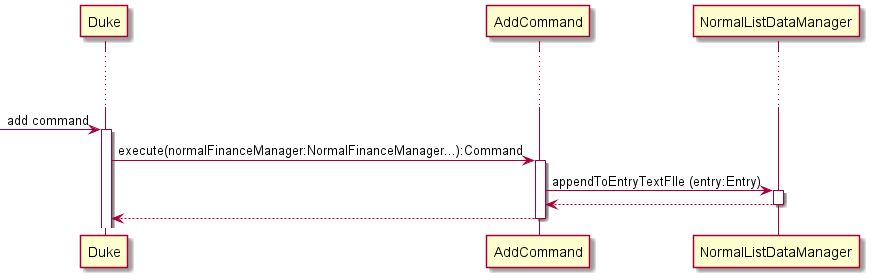
This is docs/images/Storage.png from yanjia1777/tp, a PlantUML export, as it was before one commit. Source of this version:
```plantuml
@startuml
!include Style.puml

participant Duke        as duke
participant AddCommand as addCommand
participant NormalListDataManager as normalListDataManager

-> duke : add command
activate duke

duke -> addCommand : execute(normalFinanceManager:NormalFinanceManager...):Command
activate addCommand

addCommand -> normalListDataManager : appendToEntryTextFIle (entry:Entry)
activate normalListDataManager

return
return


@enduml
```
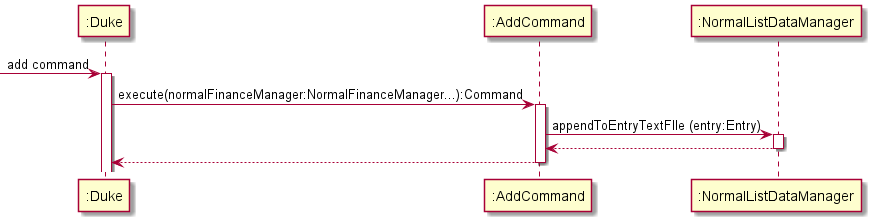
Later version of the same file.

Commit message:
Update diagram for storage class

What changed in the source:
```diff
@@ -1,9 +1,9 @@
 @startuml
 !include Style.puml
 
-participant Duke        as duke
-participant AddCommand as addCommand
-participant NormalListDataManager as normalListDataManager
+participant ":Duke"        as duke
+participant ":AddCommand" as addCommand
+participant ":NormalListDataManager" as normalListDataManager
 
 -> duke : add command
 activate duke
```
